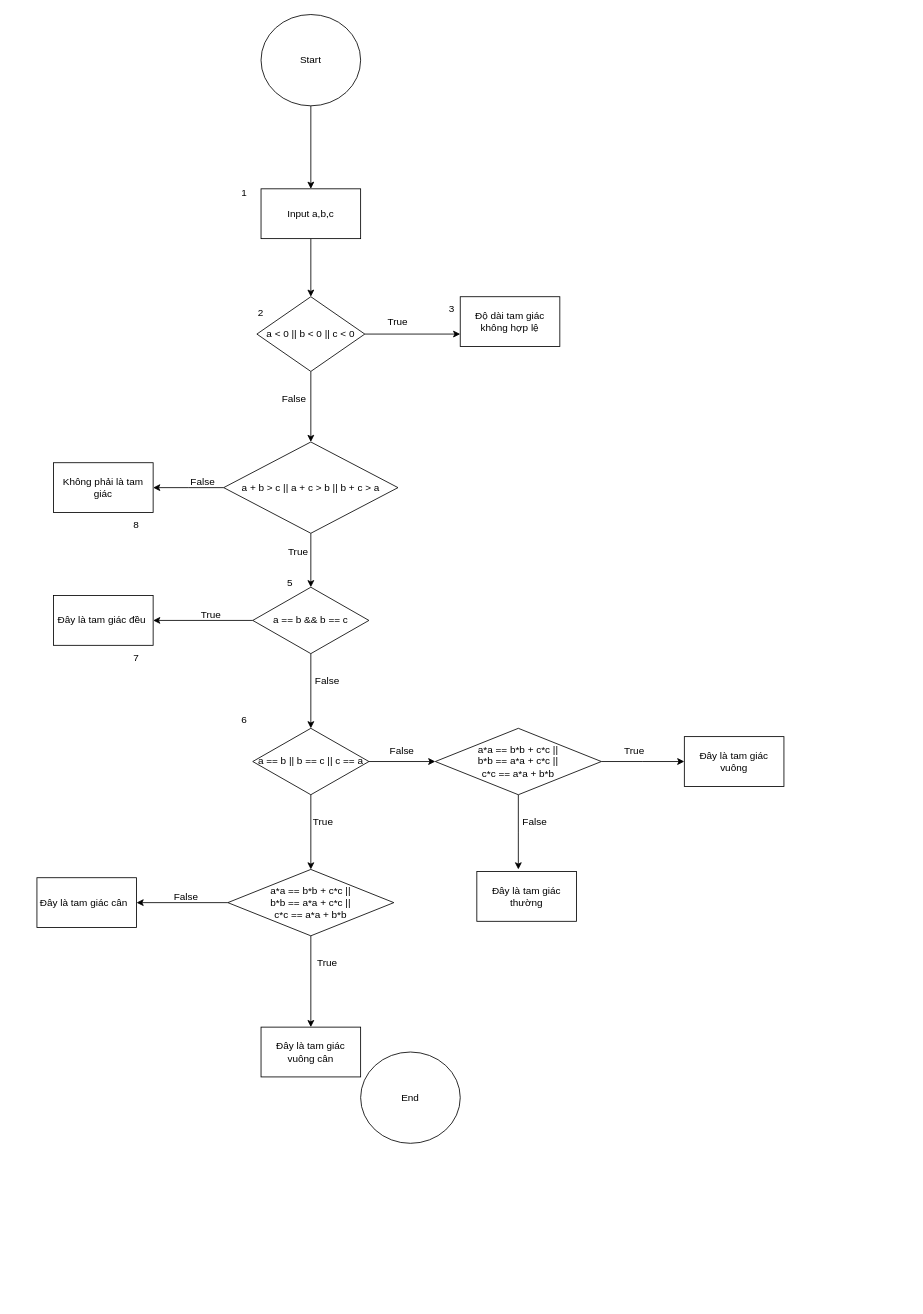
Earlier version of the draw.io diagram page "Page-6" (6 of 6) of Untitled Diagram.drawio (quyettranvu/Diagram-Fullstack-SQL-Docker-Nginx). Source tidied: cells renumbered, new cells numbered last; positions are measured from the earlier drawing's top-left corner, leaving out a move shared by most shapes. Both pictures are drawn from the tidied source at 83%, with x=0, y=0 at pixel (37, 14).
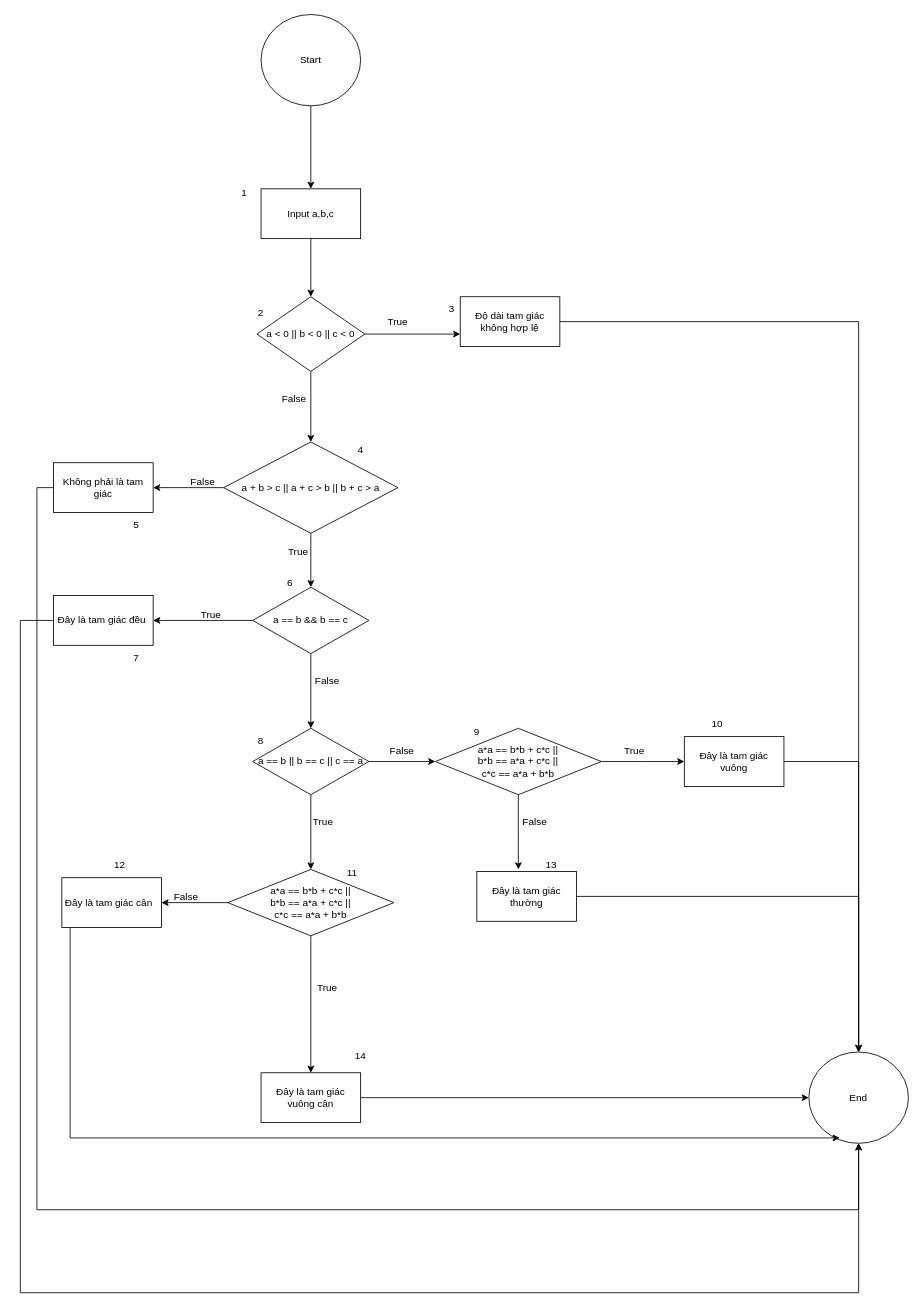
The same diagram, later.

The change refers to these unchanged cells:
```xml
<mxCell id="9" value="Độ dài tam giác không hợp lệ" style="rounded=0;whiteSpace=wrap;html=1;" parent="1" vertex="1">
  <mxGeometry x="510" y="340" width="120" height="60" as="geometry" />
</mxCell>
<mxCell id="25" value="Đây là tam giác đều&amp;nbsp;" style="rounded=0;whiteSpace=wrap;html=1;" parent="1" vertex="1">
  <mxGeometry x="20" y="700" width="120" height="60" as="geometry" />
</mxCell>
<mxCell id="32" value="&lt;div&gt;Không phải là tam giác&lt;/div&gt;" style="rounded=0;whiteSpace=wrap;html=1;" parent="1" vertex="1">
  <mxGeometry x="20" y="540" width="120" height="60" as="geometry" />
</mxCell>
<mxCell id="46" value="Đây là tam giác vuông" style="rounded=0;whiteSpace=wrap;html=1;" parent="1" vertex="1">
  <mxGeometry x="780" y="870" width="120" height="60" as="geometry" />
</mxCell>
<mxCell id="48" value="Đây là tam giác thường" style="rounded=0;whiteSpace=wrap;html=1;" parent="1" vertex="1">
  <mxGeometry x="530" y="1032.5" width="120" height="60" as="geometry" />
</mxCell>
```

What changed in the source:
```diff
@@
+    <mxCell id="52" style="edgeStyle=orthogonalEdgeStyle;rounded=0;jettySize=auto;html=1;entryX=0.5;entryY=0;entryDx=0;entryDy=0;" parent="1" edge="1" source="9" target="26">
+      <mxGeometry relative="1" as="geometry" />
+    </mxCell>
@@
+    <mxCell id="53" style="edgeStyle=orthogonalEdgeStyle;rounded=0;jettySize=auto;html=1;" parent="1" edge="1" source="25" target="26">
+      <mxGeometry relative="1" as="geometry">
+        <Array as="points">
+          <mxPoint x="-20" y="730" />
+          <mxPoint x="-20" y="1540" />
+          <mxPoint x="990" y="1540" />
+        </Array>
+      </mxGeometry>
+    </mxCell>
@@
     <mxCell id="26" value="End" style="ellipse;whiteSpace=wrap;html=1;" parent="1" vertex="1">
-      <mxGeometry x="390" y="1250" width="120" height="110" as="geometry" />
+      <mxGeometry x="930" y="1250" width="120" height="110" as="geometry" />
     </mxCell>
-    <mxCell id="27" value="5" style="text;strokeColor=none;align=center;fillColor=none;html=1;verticalAlign=middle;whiteSpace=wrap;rounded=0;" parent="1" vertex="1">
+    <mxCell id="27" value="6" style="text;strokeColor=none;align=center;fillColor=none;html=1;verticalAlign=middle;whiteSpace=wrap;rounded=0;" parent="1" vertex="1">
       <mxGeometry x="275" y="670" width="60" height="30" as="geometry" />
     </mxCell>
-    <mxCell id="28" value="6" style="text;strokeColor=none;align=center;fillColor=none;html=1;verticalAlign=middle;whiteSpace=wrap;rounded=0;" parent="1" vertex="1">
-      <mxGeometry x="220" y="835" width="60" height="30" as="geometry" />
+    <mxCell id="28" value="8" style="text;strokeColor=none;align=center;fillColor=none;html=1;verticalAlign=middle;whiteSpace=wrap;rounded=0;" parent="1" vertex="1">
+      <mxGeometry x="240" y="860" width="60" height="30" as="geometry" />
     </mxCell>
-    <mxCell id="29" value="8" style="text;strokeColor=none;align=center;fillColor=none;html=1;verticalAlign=middle;whiteSpace=wrap;rounded=0;" parent="1" vertex="1">
+    <mxCell id="29" value="5" style="text;strokeColor=none;align=center;fillColor=none;html=1;verticalAlign=middle;whiteSpace=wrap;rounded=0;" parent="1" vertex="1">
       <mxGeometry x="90" y="600" width="60" height="30" as="geometry" />
     </mxCell>
@@
+    <mxCell id="54" style="edgeStyle=orthogonalEdgeStyle;rounded=0;jettySize=auto;html=1;entryX=0.5;entryY=1;entryDx=0;entryDy=0;" parent="1" edge="1" source="32" target="26">
+      <mxGeometry relative="1" as="geometry">
+        <Array as="points">
+          <mxPoint y="570" />
+          <mxPoint y="1440" />
+          <mxPoint x="990" y="1440" />
+        </Array>
+      </mxGeometry>
+    </mxCell>
@@
+    <mxCell id="55" style="edgeStyle=orthogonalEdgeStyle;rounded=0;orthogonalLoop=1;jettySize=auto;html=1;entryX=0;entryY=1;entryDx=0;entryDy=0;" parent="1" edge="1">
+      <mxGeometry relative="1" as="geometry">
+        <mxPoint x="50" y="1080" as="sourcePoint" />
+        <mxPoint x="967.2" y="1353.5" as="targetPoint" />
+        <Array as="points">
+          <mxPoint x="40" y="1080" />
+          <mxPoint x="40" y="1354" />
+        </Array>
+      </mxGeometry>
+    </mxCell>
     <mxCell id="36" value="Đây là tam giác cân&amp;nbsp;&amp;nbsp;" style="rounded=0;whiteSpace=wrap;html=1;" parent="1" vertex="1">
-      <mxGeometry y="1040" width="120" height="60" as="geometry" />
+      <mxGeometry x="30" y="1040" width="120" height="60" as="geometry" />
     </mxCell>
@@
+    <mxCell id="56" style="edgeStyle=orthogonalEdgeStyle;rounded=0;jettySize=auto;html=1;entryX=0.5;entryY=0;entryDx=0;entryDy=0;" parent="1" edge="1" source="46" target="26">
+      <mxGeometry relative="1" as="geometry" />
+    </mxCell>
@@
+    <mxCell id="57" style="edgeStyle=orthogonalEdgeStyle;rounded=0;jettySize=auto;html=1;entryX=0.5;entryY=0;entryDx=0;entryDy=0;" parent="1" edge="1" source="48" target="26">
+      <mxGeometry relative="1" as="geometry" />
+    </mxCell>
@@
+    <mxCell id="58" style="edgeStyle=orthogonalEdgeStyle;rounded=0;jettySize=auto;html=1;entryX=0;entryY=0.5;entryDx=0;entryDy=0;" parent="1" edge="1" source="50" target="26">
+      <mxGeometry relative="1" as="geometry" />
+    </mxCell>
     <mxCell id="50" value="Đây là tam giác vuông cân" style="rounded=0;whiteSpace=wrap;html=1;" parent="1" vertex="1">
-      <mxGeometry x="270" y="1220" width="120" height="60" as="geometry" />
+      <mxGeometry x="270" y="1275" width="120" height="60" as="geometry" />
     </mxCell>
     <mxCell id="51" value="True" style="text;strokeColor=none;align=center;fillColor=none;html=1;verticalAlign=middle;whiteSpace=wrap;rounded=0;" parent="1" vertex="1">
-      <mxGeometry x="310" y="1120" width="80" height="45" as="geometry" />
+      <mxGeometry x="310" y="1150" width="80" height="45" as="geometry" />
     </mxCell>
+    <mxCell id="59" value="4" style="text;strokeColor=none;align=center;fillColor=none;html=1;verticalAlign=middle;whiteSpace=wrap;rounded=0;" parent="1" vertex="1">
+      <mxGeometry x="360" y="510" width="60" height="30" as="geometry" />
+    </mxCell>
+    <mxCell id="60" value="9" style="text;strokeColor=none;align=center;fillColor=none;html=1;verticalAlign=middle;whiteSpace=wrap;rounded=0;" parent="1" vertex="1">
+      <mxGeometry x="500" y="850" width="60" height="30" as="geometry" />
+    </mxCell>
+    <mxCell id="61" value="10" style="text;strokeColor=none;align=center;fillColor=none;html=1;verticalAlign=middle;whiteSpace=wrap;rounded=0;" parent="1" vertex="1">
+      <mxGeometry x="790" y="840" width="60" height="30" as="geometry" />
+    </mxCell>
+    <mxCell id="62" value="11" style="text;strokeColor=none;align=center;fillColor=none;html=1;verticalAlign=middle;whiteSpace=wrap;rounded=0;" parent="1" vertex="1">
+      <mxGeometry x="350" y="1020" width="60" height="30" as="geometry" />
+    </mxCell>
+    <mxCell id="63" value="12" style="text;strokeColor=none;align=center;fillColor=none;html=1;verticalAlign=middle;whiteSpace=wrap;rounded=0;" parent="1" vertex="1">
+      <mxGeometry x="70" y="1010" width="60" height="30" as="geometry" />
+    </mxCell>
+    <mxCell id="64" value="13" style="text;strokeColor=none;align=center;fillColor=none;html=1;verticalAlign=middle;whiteSpace=wrap;rounded=0;" parent="1" vertex="1">
+      <mxGeometry x="590" y="1010" width="60" height="30" as="geometry" />
+    </mxCell>
+    <mxCell id="65" value="14" style="text;strokeColor=none;align=center;fillColor=none;html=1;verticalAlign=middle;whiteSpace=wrap;rounded=0;" parent="1" vertex="1">
+      <mxGeometry x="360" y="1240" width="60" height="30" as="geometry" />
+    </mxCell>
```
